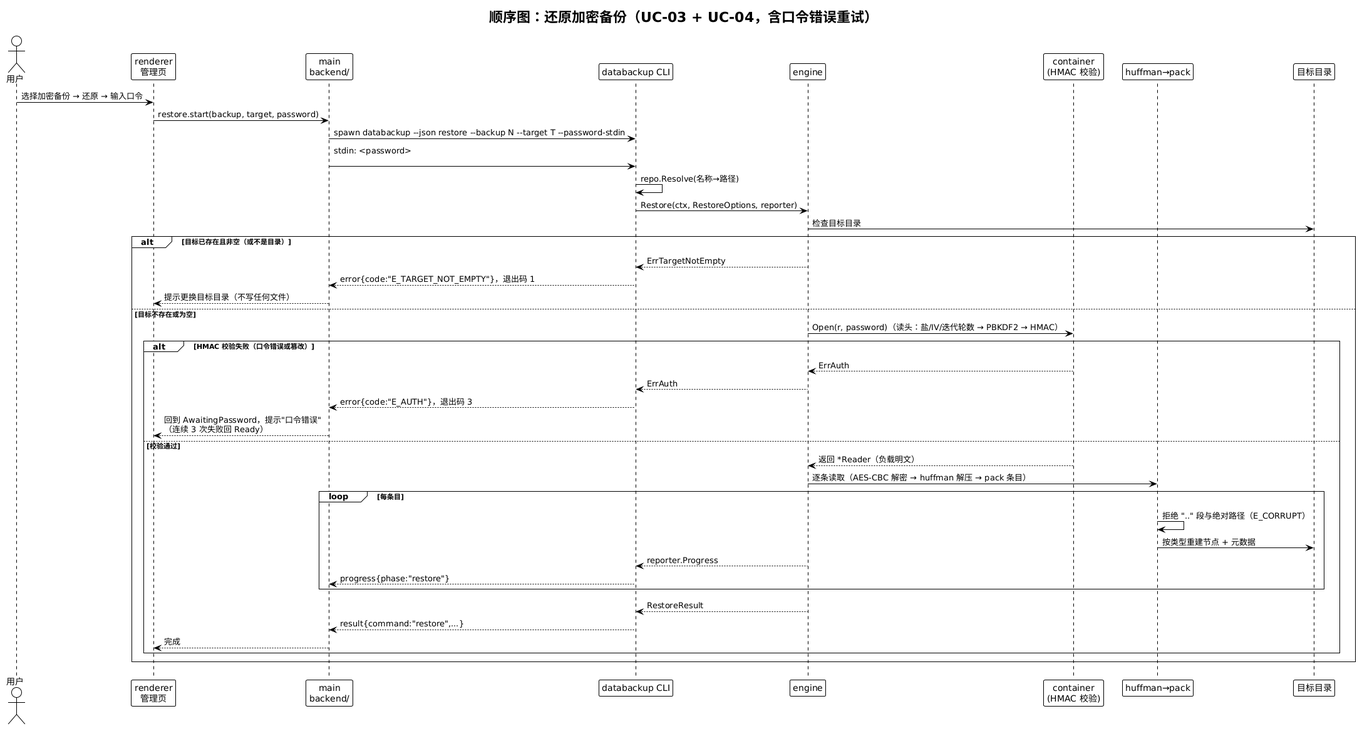
Before: docs/deliverables/diagrams/seq-restore-encrypted.png, a diagram exported from PlantUML (Piaoxuemoli/software-class-qoobeewang). The source it was exported from:
```plantuml
@startuml seq-restore-encrypted
!theme plain
title 顺序图：还原加密备份（UC-03 + UC-04，含口令错误重试）

actor 用户 as U
participant "renderer\n管理页" as R
participant "main\nbackend/" as M
participant "databackup CLI" as C
participant "engine" as E
participant "container\n(HMAC 校验)" as CT
participant "huffman→pack" as D
participant "目标目录" as T

U -> R : 选择加密备份 → 还原 → 输入口令
R -> M : restore.start(backup, target, password)
M -> C : spawn databackup ~--json restore ~--backup N ~--target T ~--password-stdin
M -> C : stdin: <password>\n
C -> C : repo.Resolve(名称→路径)
C -> E : Restore(ctx, RestoreOptions, reporter)
E -> T : 检查目标目录
alt 目标已存在且非空（或不是目录）
  E --> C : ErrTargetNotEmpty
  C --> M : error{code:"E_TARGET_NOT_EMPTY"}，退出码 1
  M --> R : 提示更换目标目录（不写任何文件）
else 目标不存在或为空
  E -> CT : Open(r, password)（读头：盐/IV/迭代轮数 → PBKDF2 → HMAC）
  alt HMAC 校验失败（口令错误或篡改）
    CT --> E : ErrAuth
    E --> C : ErrAuth
    C --> M : error{code:"E_AUTH"}，退出码 3
    M --> R : 回到 AwaitingPassword，提示"口令错误"\n（连续 3 次失败回 Ready）
  else 校验通过
    CT --> E : 返回 *Reader（负载明文）
    E -> D : 逐条读取（AES-CBC 解密 → huffman 解压 → pack 条目）
    loop 每条目
      D -> D : 拒绝 ".." 段与绝对路径（E_CORRUPT）
      D -> T : 按类型重建节点 + 元数据
      E --> C : reporter.Progress
      C --> M : progress{phase:"restore"}
    end
    E --> C : RestoreResult
    C --> M : result{command:"restore",...}
    M --> R : 完成
  end
end
@enduml
```
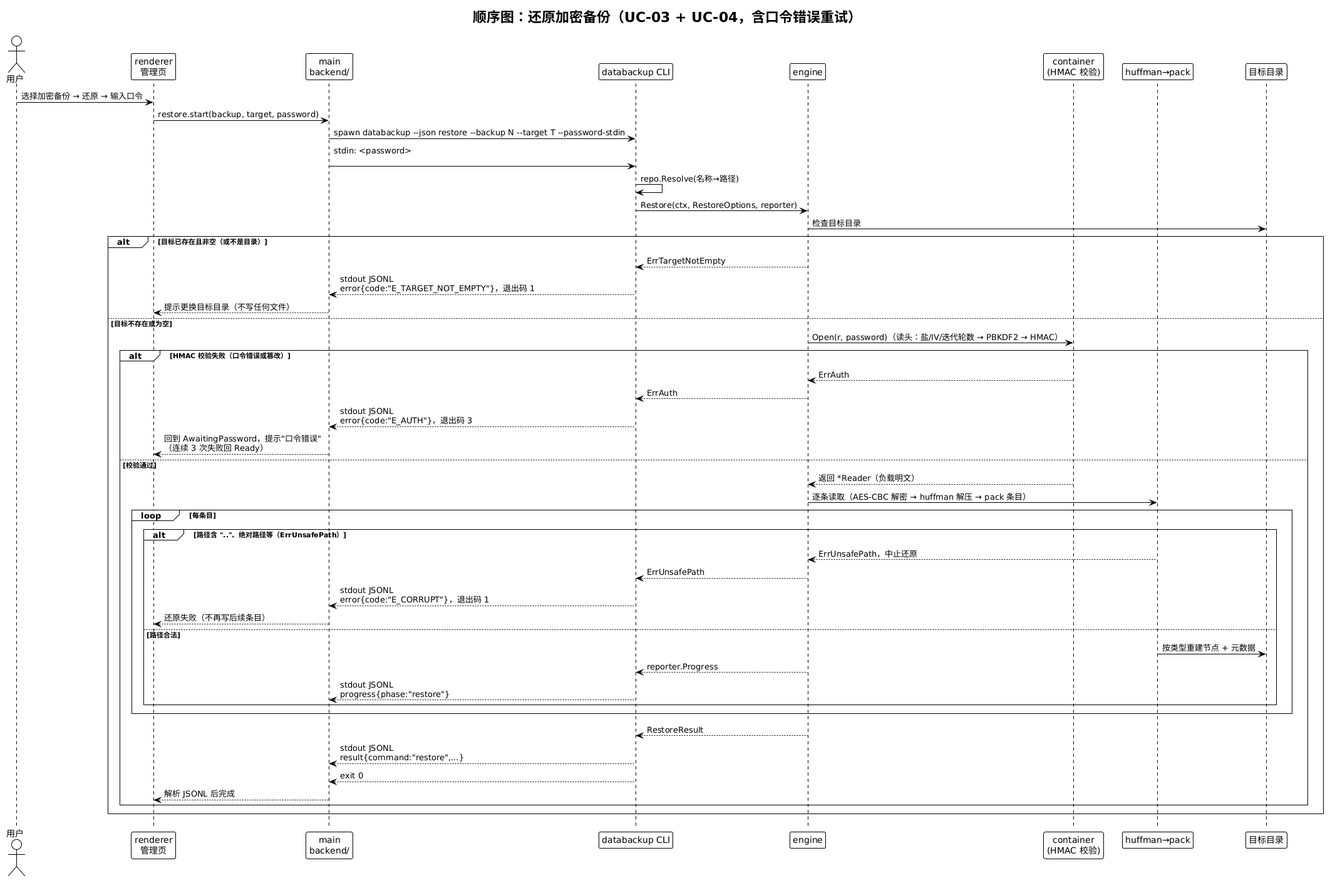
The same diagram one commit later.

Change to the diagram source:
```diff
@@ -20,27 +20,34 @@
 E -> T : 检查目标目录
 alt 目标已存在且非空（或不是目录）
   E --> C : ErrTargetNotEmpty
-  C --> M : error{code:"E_TARGET_NOT_EMPTY"}，退出码 1
+  C --> M : stdout JSONL\nerror{code:"E_TARGET_NOT_EMPTY"}，退出码 1
   M --> R : 提示更换目标目录（不写任何文件）
 else 目标不存在或为空
   E -> CT : Open(r, password)（读头：盐/IV/迭代轮数 → PBKDF2 → HMAC）
   alt HMAC 校验失败（口令错误或篡改）
     CT --> E : ErrAuth
     E --> C : ErrAuth
-    C --> M : error{code:"E_AUTH"}，退出码 3
+    C --> M : stdout JSONL\nerror{code:"E_AUTH"}，退出码 3
     M --> R : 回到 AwaitingPassword，提示"口令错误"\n（连续 3 次失败回 Ready）
   else 校验通过
     CT --> E : 返回 *Reader（负载明文）
     E -> D : 逐条读取（AES-CBC 解密 → huffman 解压 → pack 条目）
     loop 每条目
-      D -> D : 拒绝 ".." 段与绝对路径（E_CORRUPT）
-      D -> T : 按类型重建节点 + 元数据
-      E --> C : reporter.Progress
-      C --> M : progress{phase:"restore"}
+      alt 路径含 ".."、绝对路径等（ErrUnsafePath）
+        D --> E : ErrUnsafePath，中止还原
+        E --> C : ErrUnsafePath
+        C --> M : stdout JSONL\nerror{code:"E_CORRUPT"}，退出码 1
+        M --> R : 还原失败（不再写后续条目）
+      else 路径合法
+        D -> T : 按类型重建节点 + 元数据
+        E --> C : reporter.Progress
+        C --> M : stdout JSONL\nprogress{phase:"restore"}
+      end
     end
     E --> C : RestoreResult
-    C --> M : result{command:"restore",...}
-    M --> R : 完成
+    C --> M : stdout JSONL\nresult{command:"restore",...}
+    C --> M : exit 0
+    M --> R : 解析 JSONL 后完成
   end
 end
 @enduml
```
